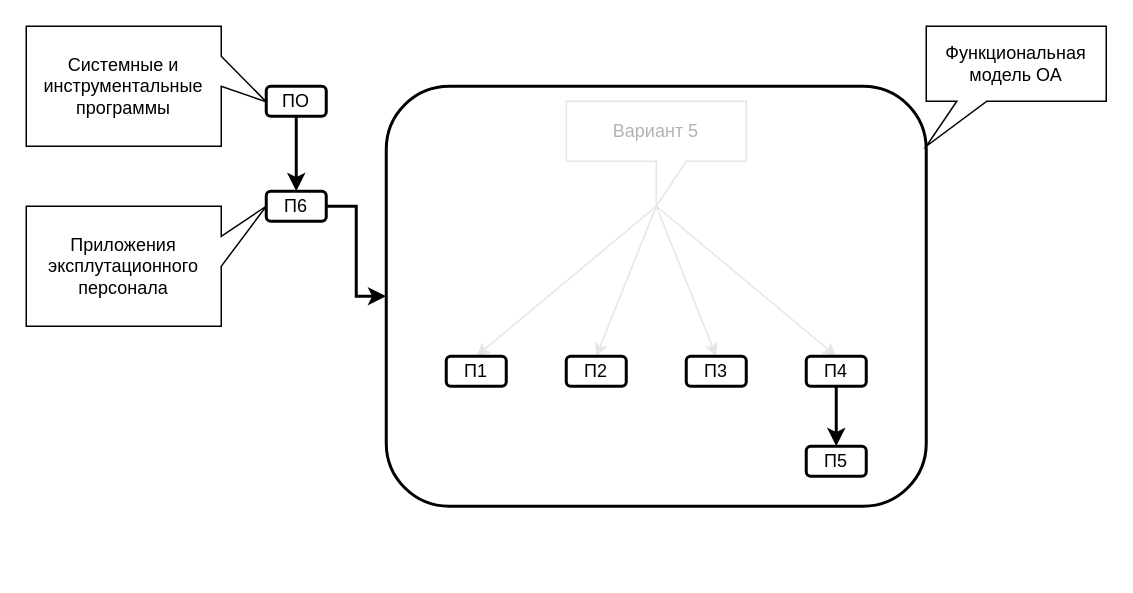
Earlier version of the draw.io diagram report/_docs/Рисунок3-1ПримерЛогическойСтруктурыПСАСОИ.drawio (BrSTU-PO4-190333/6sem_YITPiIM). Source tidied: cells renumbered, new cells numbered last; positions are measured from the earlier drawing's top-left corner, leaving out a move shared by most shapes. Both pictures are drawn from the tidied source at 150%, with x=0, y=0 at pixel (26, 26).
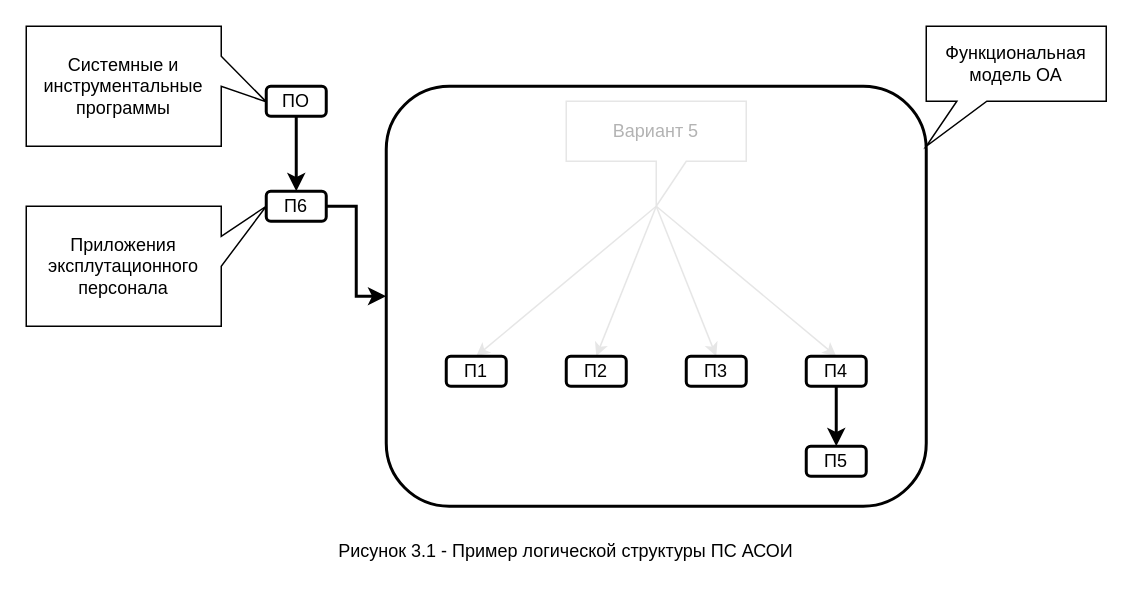
After the change.

What changed in the source:
```diff
@@
+    <mxCell id="21" value="Рисунок 3.1 - Пример логической структуры ПС АСОИ" style="rounded=0;whiteSpace=wrap;html=1;fillColor=none;strokeColor=none;" parent="1" vertex="1">
+      <mxGeometry y="340" width="720" height="20" as="geometry" />
+    </mxCell>
```
